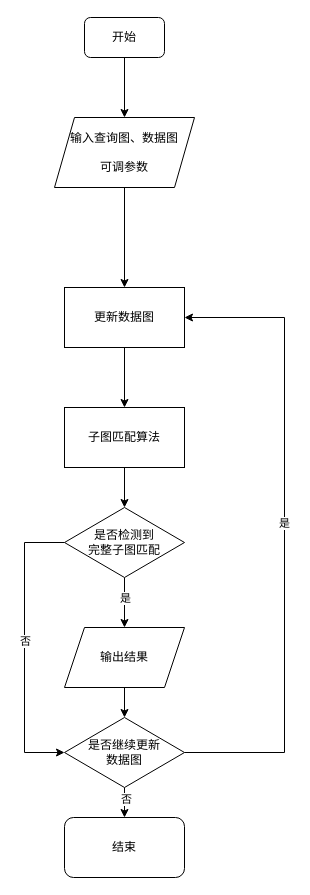
This is 未命名绘图.drawio from Sh-Fang/my-images, a draw.io file, before an edit. Source tidied: cells renumbered, new cells numbered last; positions are measured from the earlier drawing's top-left corner, leaving out a move shared by most shapes. Both pictures are drawn from the tidied source at 100%, with x=0, y=0 at pixel (24, 17).
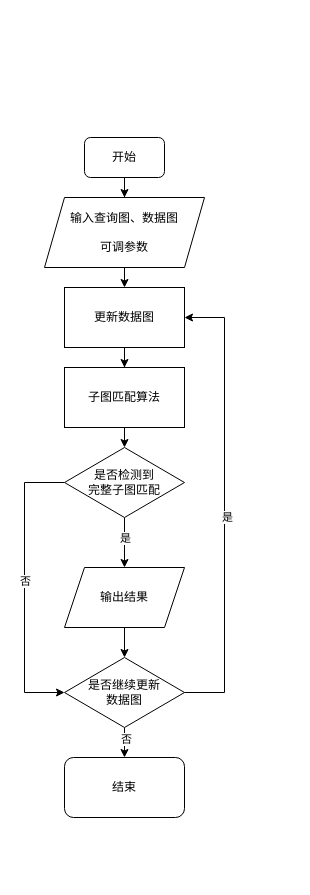
Above is the later version.

Commit message:
子图匹配大概流程

The change refers to these unchanged cells:
```xml
<mxCell id="9" value="更新数据图" style="rounded=0;whiteSpace=wrap;html=1;" parent="1" vertex="1">
  <mxGeometry x="40" y="270" width="120" height="60" as="geometry" />
</mxCell>
```

What changed in the source:
```diff
@@
     <mxCell id="3" value="开始" style="rounded=1;whiteSpace=wrap;html=1;" parent="1" vertex="1">
-      <mxGeometry x="60" width="80" height="40" as="geometry" />
+      <mxGeometry x="60" y="120" width="80" height="40" as="geometry" />
     </mxCell>
@@
     <mxCell id="5" value="输入查询图、数据图&lt;br&gt;&lt;br&gt;可调参数" style="shape=parallelogram;perimeter=parallelogramPerimeter;whiteSpace=wrap;html=1;fixedSize=1;" parent="1" vertex="1">
-      <mxGeometry x="30" y="100" width="140" height="70" as="geometry" />
+      <mxGeometry x="20" y="180" width="160" height="70" as="geometry" />
     </mxCell>
@@
     <mxCell id="7" value="子图匹配算法" style="rounded=0;whiteSpace=wrap;html=1;" parent="1" vertex="1">
-      <mxGeometry x="40" y="390" width="120" height="60" as="geometry" />
+      <mxGeometry x="40" y="350" width="120" height="60" as="geometry" />
     </mxCell>
@@
-    <mxCell id="10" style="edgeStyle=orthogonalEdgeStyle;rounded=0;jettySize=auto;html=1;exitX=0.5;exitY=1;exitDx=0;exitDy=0;" parent="1" edge="1" source="14">
-      <mxGeometry relative="1" as="geometry">
-        <mxPoint x="100" y="610" as="targetPoint" />
-      </mxGeometry>
+    <mxCell id="10" style="edgeStyle=orthogonalEdgeStyle;rounded=0;jettySize=auto;html=1;exitX=0.5;exitY=1;exitDx=0;exitDy=0;" parent="1" edge="1" source="14" target="16">
+      <mxGeometry relative="1" as="geometry" />
     </mxCell>
@@
     <mxCell id="12" style="edgeStyle=orthogonalEdgeStyle;rounded=0;jettySize=auto;html=1;exitX=0;exitY=0.5;exitDx=0;exitDy=0;entryX=0;entryY=0.5;entryDx=0;entryDy=0;" parent="1" edge="1" source="14" target="21">
       <mxGeometry relative="1" as="geometry">
         <Array as="points">
-          <mxPoint y="525" />
-          <mxPoint y="735" />
+          <mxPoint y="465" />
+          <mxPoint y="675" />
         </Array>
       </mxGeometry>
     </mxCell>
@@
     <mxCell id="14" value="是否检测到&lt;br&gt;完整子图匹配" style="rhombus;whiteSpace=wrap;html=1;" parent="1" vertex="1">
-      <mxGeometry x="40" y="490" width="120" height="70" as="geometry" />
+      <mxGeometry x="40" y="430" width="120" height="70" as="geometry" />
     </mxCell>
@@
     <mxCell id="16" value="输出结果" style="shape=parallelogram;perimeter=parallelogramPerimeter;whiteSpace=wrap;html=1;fixedSize=1;" parent="1" vertex="1">
-      <mxGeometry x="40" y="610" width="120" height="60" as="geometry" />
+      <mxGeometry x="40" y="550" width="120" height="60" as="geometry" />
     </mxCell>
@@
     <mxCell id="19" style="edgeStyle=orthogonalEdgeStyle;rounded=0;jettySize=auto;html=1;exitX=1;exitY=0.5;exitDx=0;exitDy=0;entryX=1;entryY=0.5;entryDx=0;entryDy=0;" parent="1" edge="1" source="21" target="9">
       <mxGeometry relative="1" as="geometry">
         <Array as="points">
-          <mxPoint x="260" y="735" />
-          <mxPoint x="260" y="300" />
+          <mxPoint x="200" y="675" />
+          <mxPoint x="200" y="300" />
         </Array>
       </mxGeometry>
     </mxCell>
     <mxCell id="20" value="是" style="edgeLabel;html=1;align=center;verticalAlign=middle;" parent="19" vertex="1">
-      <mxGeometry x="0.04" y="1" relative="1" as="geometry" />
+      <mxGeometry x="-0.05" y="-2" relative="1" as="geometry" />
     </mxCell>
     <mxCell id="21" value="是否继续更新&lt;br&gt;数据图" style="rhombus;whiteSpace=wrap;html=1;" parent="1" vertex="1">
-      <mxGeometry x="40" y="700" width="120" height="70" as="geometry" />
+      <mxGeometry x="40" y="640" width="120" height="70" as="geometry" />
     </mxCell>
     <mxCell id="22" value="结束" style="rounded=1;whiteSpace=wrap;html=1;" parent="1" vertex="1">
-      <mxGeometry x="40" y="800" width="120" height="60" as="geometry" />
+      <mxGeometry x="40" y="740" width="120" height="60" as="geometry" />
     </mxCell>
```
